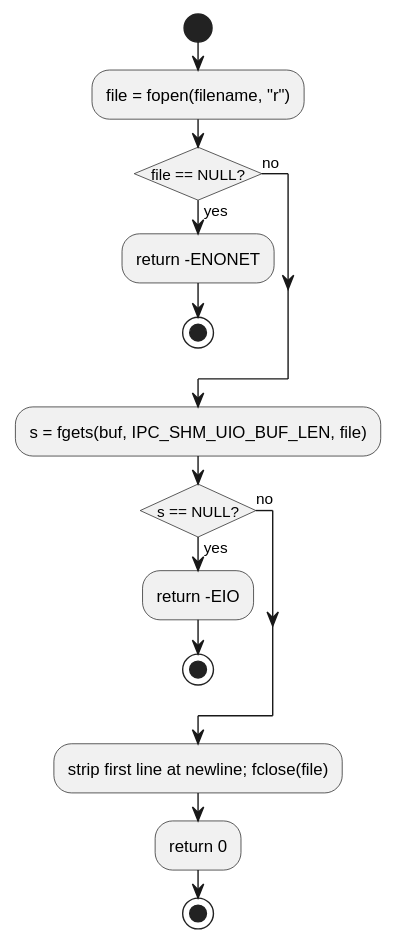
Before: c1_sdd_linux-ipcs/cursor_tmp/flow_svgs/linux_6_4_1_line_from_file.svg, a diagram exported from PlantUML (Mastang1/sad_sdd_proj).
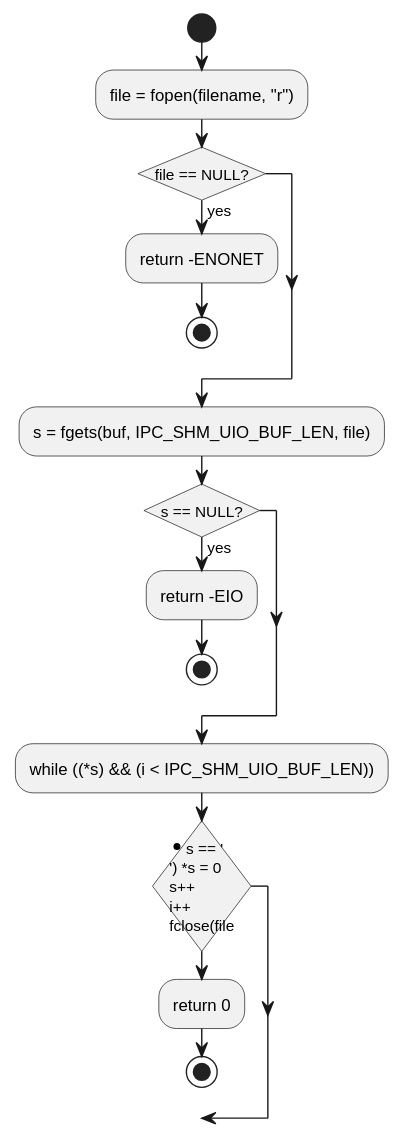
Later version of the same file.

Diff of the diagram source:
```diff
@@ -6,16 +6,18 @@
 :file = fopen(filename, "r");
 if (file == NULL?) then (yes)
   :return -ENONET;
-  stop
-else (no)
+stop
 endif
 :s = fgets(buf, IPC_SHM_UIO_BUF_LEN, file);
 if (s == NULL?) then (yes)
   :return -EIO;
-  stop
-else (no)
+stop
 endif
-:strip first line at newline; fclose(file);
+:while ((*s) && (i < IPC_SHM_UIO_BUF_LEN));
+if (*s == '\n') *s = 0
+s++
+i++
+fclose(file);
 :return 0;
 stop
 @enduml
```
